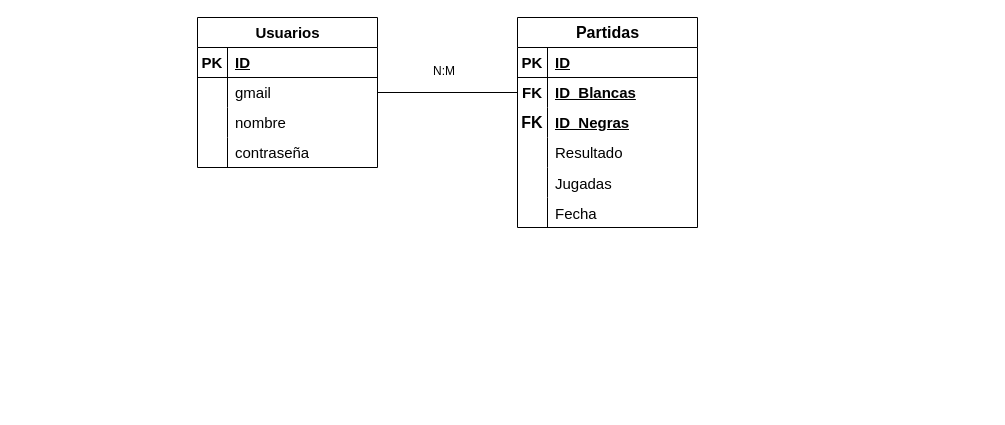
This is Diagrama sin título.drawio from VicenteMuhr/proyecto_ajedrez, a draw.io file, before an edit. Source tidied: cells renumbered, new cells numbered last; positions are measured from the earlier drawing's top-left corner, leaving out a move shared by most shapes. Both pictures are drawn from the tidied source at 100%, with x=0, y=0 at pixel (197, 17).
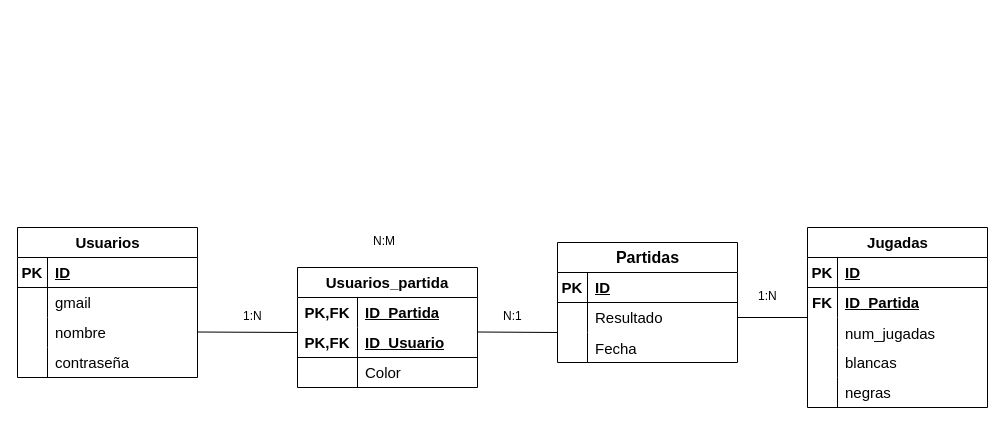
After the change.

Commit message:
modelo_relacional

The edit, as a diff of the source:
```diff
@@
     <mxCell id="2" value="Usuarios" style="shape=table;startSize=30;childLayout=tableLayout;rowLines=0;fontStyle=1;align=center;html=1;fontSize=15;" parent="1" vertex="1">
-      <mxGeometry width="180" height="150" as="geometry" />
+      <mxGeometry x="-180" y="210" width="180" height="150" as="geometry" />
     </mxCell>
@@
     <mxCell id="15" value="Partidas" style="shape=table;startSize=30;childLayout=tableLayout;rowLines=0;fontStyle=1;align=center;html=1;fontSize=16;" parent="1" vertex="1">
-      <mxGeometry x="320" width="180" height="210" as="geometry" />
+      <mxGeometry x="360" y="225" width="180" height="120" as="geometry" />
     </mxCell>
@@
-    <mxCell id="19" style="shape=tableRow;horizontal=0;startSize=0;swimlaneHead=0;swimlaneBody=0;fillColor=none;top=0;left=0;right=0;bottom=0;fontSize=16;" parent="15" vertex="1">
-      <mxGeometry y="60" width="180" height="30" as="geometry" />
-    </mxCell>
-    <mxCell id="20" value="&lt;b&gt;&lt;font style=&quot;font-size: 15px;&quot;&gt;FK&lt;/font&gt;&lt;/b&gt;" style="shape=partialRectangle;fillColor=none;top=0;left=0;bottom=0;right=0;overflow=hidden;whiteSpace=wrap;html=1;fontSize=16;" parent="19" vertex="1">
-      <mxGeometry width="30" height="30" as="geometry" />
-    </mxCell>
-    <mxCell id="21" value="&lt;u&gt;&lt;b&gt;&lt;font style=&quot;font-size: 15px;&quot;&gt;ID_Blancas&lt;/font&gt;&lt;/b&gt;&lt;/u&gt;" style="shape=partialRectangle;fillColor=none;top=0;left=0;bottom=0;right=0;align=left;spacingLeft=6;overflow=hidden;whiteSpace=wrap;html=1;fontSize=16;" parent="19" vertex="1">
-      <mxGeometry x="30" width="150" height="30" as="geometry" />
-    </mxCell>
-    <mxCell id="22" style="shape=tableRow;horizontal=0;startSize=0;swimlaneHead=0;swimlaneBody=0;fillColor=none;top=0;left=0;right=0;bottom=0;fontSize=16;" parent="15" vertex="1">
-      <mxGeometry y="90" width="180" height="30" as="geometry" />
-    </mxCell>
-    <mxCell id="23" value="&lt;b style=&quot;&quot;&gt;FK&lt;/b&gt;" style="shape=partialRectangle;fillColor=none;top=0;left=0;bottom=0;right=0;overflow=hidden;whiteSpace=wrap;html=1;fontSize=16;" parent="22" vertex="1">
-      <mxGeometry width="30" height="30" as="geometry" />
-    </mxCell>
-    <mxCell id="24" value="&lt;font style=&quot;font-size: 15px;&quot;&gt;&lt;u&gt;&lt;b&gt;ID_Negras&lt;/b&gt;&lt;/u&gt;&lt;/font&gt;" style="shape=partialRectangle;fillColor=none;top=0;left=0;bottom=0;right=0;align=left;spacingLeft=6;overflow=hidden;whiteSpace=wrap;html=1;fontSize=16;" parent="22" vertex="1">
-      <mxGeometry x="30" width="150" height="30" as="geometry" />
-    </mxCell>
     <mxCell id="25" style="shape=tableRow;horizontal=0;startSize=0;swimlaneHead=0;swimlaneBody=0;fillColor=none;top=0;left=0;right=0;bottom=0;fontSize=16;" parent="15" vertex="1">
-      <mxGeometry y="120" width="180" height="30" as="geometry" />
+      <mxGeometry y="60" width="180" height="30" as="geometry" />
     </mxCell>
@@
-    <mxCell id="28" style="shape=tableRow;horizontal=0;startSize=0;swimlaneHead=0;swimlaneBody=0;fillColor=none;top=0;left=0;right=0;bottom=0;fontSize=15;" parent="15" vertex="1">
-      <mxGeometry y="150" width="180" height="30" as="geometry" />
-    </mxCell>
-    <mxCell id="29" style="shape=partialRectangle;fillColor=none;top=0;left=0;bottom=0;right=0;overflow=hidden;fontSize=15;" parent="28" vertex="1">
-      <mxGeometry width="30" height="30" as="geometry" />
-    </mxCell>
-    <mxCell id="30" value="Jugadas" style="shape=partialRectangle;fillColor=none;top=0;left=0;bottom=0;right=0;align=left;spacingLeft=6;overflow=hidden;fontSize=15;" parent="28" vertex="1">
-      <mxGeometry x="30" width="150" height="30" as="geometry" />
-    </mxCell>
     <mxCell id="31" style="shape=tableRow;horizontal=0;startSize=0;swimlaneHead=0;swimlaneBody=0;fillColor=none;top=0;left=0;right=0;bottom=0;fontSize=15;" parent="15" vertex="1">
-      <mxGeometry y="180" width="180" height="30" as="geometry" />
+      <mxGeometry y="90" width="180" height="30" as="geometry" />
     </mxCell>
@@
-    <mxCell id="34" style="line;strokeWidth=1;dashed=0;labelPosition=right;align=left;verticalAlign=middle;spacingTop=0;spacingLeft=6;" parent="1" vertex="1">
-      <mxGeometry x="180" y="70" width="140" height="10" as="geometry" />
-    </mxCell>
+    <mxCell id="36" style="endArrow=none;html=1;rounded=0;entryX=0;entryY=0.5;entryDx=0;entryDy=0;" parent="1" edge="1">
+      <mxGeometry relative="1" as="geometry">
+        <mxPoint y="314.5" as="sourcePoint" />
+        <mxPoint x="100" y="315" as="targetPoint" />
+      </mxGeometry>
+    </mxCell>
+    <mxCell id="37" style="endArrow=none;html=1;rounded=0;" parent="1" edge="1">
+      <mxGeometry relative="1" as="geometry">
+        <mxPoint x="280" y="314.5" as="sourcePoint" />
+        <mxPoint x="360" y="315" as="targetPoint" />
+      </mxGeometry>
+    </mxCell>
+    <mxCell id="30" value="Jugadas" style="shape=table;startSize=30;childLayout=tableLayout;rowLines=0;fontStyle=1;align=center;html=1;fontSize=15;" parent="1" vertex="1">
+      <mxGeometry x="610" y="210" width="180" height="180" as="geometry" />
+    </mxCell>
+    <mxCell id="38" style="shape=tableRow;horizontal=0;startSize=0;swimlaneHead=0;swimlaneBody=0;fillColor=none;top=0;left=0;right=0;bottom=1;fontSize=15;" parent="30" vertex="1">
+      <mxGeometry y="30" width="180" height="30" as="geometry" />
+    </mxCell>
+    <mxCell id="39" value="PK" style="shape=partialRectangle;fillColor=none;top=0;left=0;bottom=0;right=0;fontStyle=1;overflow=hidden;whiteSpace=wrap;html=1;fontSize=15;" parent="38" vertex="1">
+      <mxGeometry width="30" height="30" as="geometry" />
+    </mxCell>
+    <mxCell id="40" value="ID" style="shape=partialRectangle;fillColor=none;top=0;left=0;bottom=0;right=0;align=left;spacingLeft=6;fontStyle=5;overflow=hidden;whiteSpace=wrap;html=1;fontSize=15;" parent="38" vertex="1">
+      <mxGeometry x="30" width="150" height="30" as="geometry" />
+    </mxCell>
+    <mxCell id="41" style="shape=tableRow;horizontal=0;startSize=0;swimlaneHead=0;swimlaneBody=0;fillColor=none;top=0;left=0;right=0;bottom=0;fontSize=15;" parent="30" vertex="1">
+      <mxGeometry y="60" width="180" height="30" as="geometry" />
+    </mxCell>
+    <mxCell id="42" value="&lt;b&gt;FK&lt;/b&gt;" style="shape=partialRectangle;fillColor=none;top=0;left=0;bottom=0;right=0;overflow=hidden;whiteSpace=wrap;html=1;fontSize=15;" parent="41" vertex="1">
+      <mxGeometry width="30" height="30" as="geometry" />
+    </mxCell>
+    <mxCell id="43" value="&lt;u&gt;&lt;b&gt;ID_Partida&lt;/b&gt;&lt;/u&gt;" style="shape=partialRectangle;fillColor=none;top=0;left=0;bottom=0;right=0;align=left;spacingLeft=6;overflow=hidden;whiteSpace=wrap;html=1;fontSize=15;" parent="41" vertex="1">
+      <mxGeometry x="30" width="150" height="30" as="geometry" />
+    </mxCell>
+    <mxCell id="44" style="shape=tableRow;horizontal=0;startSize=0;swimlaneHead=0;swimlaneBody=0;fillColor=none;top=0;left=0;right=0;bottom=0;fontSize=15;" parent="30" vertex="1">
+      <mxGeometry y="90" width="180" height="30" as="geometry" />
+    </mxCell>
+    <mxCell id="29" style="shape=partialRectangle;fillColor=none;top=0;left=0;bottom=0;right=0;overflow=hidden;fontSize=15;" parent="44" vertex="1">
+      <mxGeometry width="30" height="30" as="geometry" />
+    </mxCell>
+    <mxCell id="45" value="num_jugadas" style="shape=partialRectangle;fillColor=none;top=0;left=0;bottom=0;right=0;align=left;spacingLeft=6;overflow=hidden;fontSize=15;" parent="44" vertex="1">
+      <mxGeometry x="30" width="150" height="30" as="geometry" />
+    </mxCell>
+    <mxCell id="46" style="shape=tableRow;horizontal=0;startSize=0;swimlaneHead=0;swimlaneBody=0;fillColor=none;top=0;left=0;right=0;bottom=0;fontSize=15;" parent="30" vertex="1">
+      <mxGeometry y="120" width="180" height="30" as="geometry" />
+    </mxCell>
+    <mxCell id="47" style="shape=partialRectangle;fillColor=none;top=0;left=0;bottom=0;right=0;overflow=hidden;whiteSpace=wrap;html=1;fontSize=15;" parent="46" vertex="1">
+      <mxGeometry width="30" height="30" as="geometry" />
+    </mxCell>
+    <mxCell id="48" value="blancas" style="shape=partialRectangle;fillColor=none;top=0;left=0;bottom=0;right=0;align=left;spacingLeft=6;overflow=hidden;whiteSpace=wrap;html=1;fontSize=15;" parent="46" vertex="1">
+      <mxGeometry x="30" width="150" height="30" as="geometry" />
+    </mxCell>
+    <mxCell id="28" style="shape=tableRow;horizontal=0;startSize=0;swimlaneHead=0;swimlaneBody=0;fillColor=none;top=0;left=0;right=0;bottom=0;fontSize=15;" parent="30" vertex="1">
+      <mxGeometry y="150" width="180" height="30" as="geometry" />
+    </mxCell>
+    <mxCell id="49" style="shape=partialRectangle;fillColor=none;top=0;left=0;bottom=0;right=0;overflow=hidden;whiteSpace=wrap;html=1;fontSize=15;" parent="28" vertex="1">
+      <mxGeometry width="30" height="30" as="geometry" />
+    </mxCell>
+    <mxCell id="50" value="negras" style="shape=partialRectangle;fillColor=none;top=0;left=0;bottom=0;right=0;align=left;spacingLeft=6;overflow=hidden;whiteSpace=wrap;html=1;fontSize=15;" parent="28" vertex="1">
+      <mxGeometry x="30" width="150" height="30" as="geometry" />
+    </mxCell>
+    <mxCell id="51" style="line;strokeWidth=1;dashed=0;labelPosition=right;align=left;verticalAlign=middle;spacingTop=0;spacingLeft=6;" parent="1" vertex="1">
+      <mxGeometry x="540" y="295" width="70" height="10" as="geometry" />
+    </mxCell>
+    <mxCell id="52" value="Usuarios_partida" style="shape=table;startSize=30;childLayout=tableLayout;rowLines=0;fontStyle=1;align=center;html=1;whiteSpace=wrap;fontSize=15;" parent="1" vertex="1">
+      <mxGeometry x="100" y="250" width="180" height="120" as="geometry" />
+    </mxCell>
+    <mxCell id="53" style="shape=tableRow;horizontal=0;startSize=0;swimlaneHead=0;swimlaneBody=0;fillColor=none;top=0;left=0;right=0;bottom=0;html=1;fontSize=15;" parent="52" vertex="1">
+      <mxGeometry y="30" width="180" height="30" as="geometry" />
+    </mxCell>
+    <mxCell id="54" value="PK,FK" style="shape=partialRectangle;fillColor=none;top=0;left=0;bottom=0;right=0;fontStyle=1;overflow=hidden;html=1;whiteSpace=wrap;fontSize=15;" parent="53" vertex="1">
+      <mxGeometry width="60" height="30" as="geometry" />
+    </mxCell>
+    <mxCell id="55" value="ID_Partida" style="shape=partialRectangle;fillColor=none;top=0;left=0;bottom=0;right=0;align=left;spacingLeft=6;fontStyle=5;overflow=hidden;html=1;whiteSpace=wrap;fontSize=15;" parent="53" vertex="1">
+      <mxGeometry x="60" width="120" height="30" as="geometry" />
+    </mxCell>
+    <mxCell id="56" style="shape=tableRow;horizontal=0;startSize=0;swimlaneHead=0;swimlaneBody=0;fillColor=none;top=0;left=0;right=0;bottom=1;html=1;fontSize=15;" parent="52" vertex="1">
+      <mxGeometry y="60" width="180" height="30" as="geometry" />
+    </mxCell>
+    <mxCell id="57" value="PK,FK" style="shape=partialRectangle;fillColor=none;top=0;left=0;bottom=0;right=0;fontStyle=1;overflow=hidden;html=1;whiteSpace=wrap;fontSize=15;" parent="56" vertex="1">
+      <mxGeometry width="60" height="30" as="geometry" />
+    </mxCell>
+    <mxCell id="58" value="ID_Usuario" style="shape=partialRectangle;fillColor=none;top=0;left=0;bottom=0;right=0;align=left;spacingLeft=6;fontStyle=5;overflow=hidden;html=1;whiteSpace=wrap;fontSize=15;" parent="56" vertex="1">
+      <mxGeometry x="60" width="120" height="30" as="geometry" />
+    </mxCell>
+    <mxCell id="59" style="shape=tableRow;horizontal=0;startSize=0;swimlaneHead=0;swimlaneBody=0;fillColor=none;top=0;left=0;right=0;bottom=0;html=1;fontSize=15;" parent="52" vertex="1">
+      <mxGeometry y="90" width="180" height="30" as="geometry" />
+    </mxCell>
+    <mxCell id="60" style="shape=partialRectangle;fillColor=none;top=0;left=0;bottom=0;right=0;overflow=hidden;html=1;whiteSpace=wrap;fontSize=15;" parent="59" vertex="1">
+      <mxGeometry width="60" height="30" as="geometry" />
+    </mxCell>
+    <mxCell id="61" value="Color" style="shape=partialRectangle;fillColor=none;top=0;left=0;bottom=0;right=0;align=left;spacingLeft=6;overflow=hidden;html=1;whiteSpace=wrap;fontSize=15;" parent="59" vertex="1">
+      <mxGeometry x="60" width="120" height="30" as="geometry" />
+    </mxCell>
+    <mxCell id="62" value="1:N" style="text;strokeColor=none;fillColor=none;spacingLeft=4;spacingRight=4;overflow=hidden;fontSize=12;whiteSpace=wrap;html=1;" parent="1" vertex="1">
+      <mxGeometry x="555" y="265" width="40" height="30" as="geometry" />
+    </mxCell>
     <mxCell id="35" value="N:M" style="text;strokeColor=none;fillColor=none;spacingLeft=4;spacingRight=4;overflow=hidden;fontSize=12;whiteSpace=wrap;html=1;" parent="1" vertex="1">
-      <mxGeometry x="230" y="40" width="40" height="30" as="geometry" />
+      <mxGeometry x="170" y="210" width="40" height="30" as="geometry" />
     </mxCell>
+    <mxCell id="63" value="N:1" style="text;strokeColor=none;fillColor=none;spacingLeft=4;spacingRight=4;overflow=hidden;fontSize=12;whiteSpace=wrap;html=1;" parent="1" vertex="1">
+      <mxGeometry x="300" y="285" width="40" height="30" as="geometry" />
+    </mxCell>
+    <mxCell id="64" value="1:N" style="text;strokeColor=none;fillColor=none;spacingLeft=4;spacingRight=4;overflow=hidden;fontSize=12;whiteSpace=wrap;html=1;" parent="1" vertex="1">
+      <mxGeometry x="40" y="285" width="40" height="30" as="geometry" />
+    </mxCell>
```
